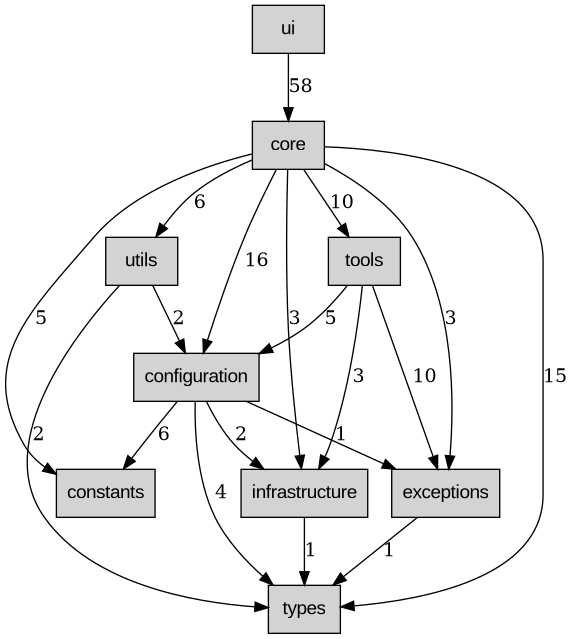
Earlier version of the Graphviz export docs/architecture/dependencies/DEPENDENCY_LAYERS.png (alchemiststudiosDOTai/tunacode). Its source is kept beside it as docs/architecture/dependencies/DEPENDENCY_LAYERS.dot.
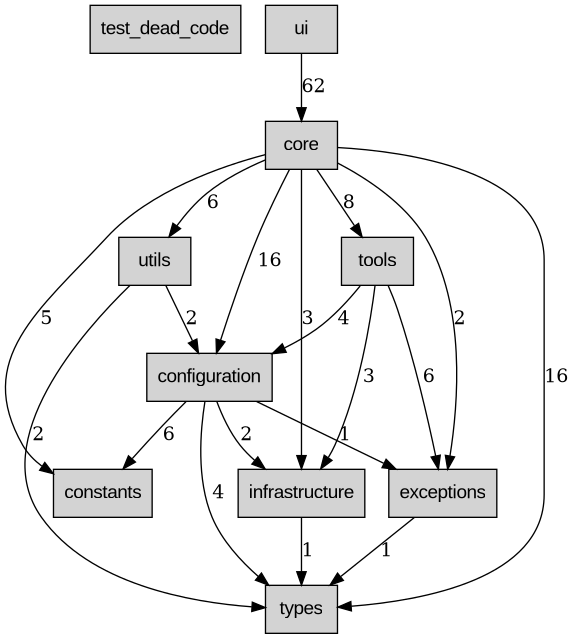
After the change.

Commit message:
chore: update dependency map [skip ci]

Diff of the diagram source:
```diff
@@ -2,6 +2,7 @@
   rankdir=TB;
   node [shape=box, style=filled, fontname=Arial];
 
+  test_dead_code [label="test_dead_code"];
   ui [label="ui"];
   core [label="core"];
   tools [label="tools"];
@@ -18,17 +19,17 @@
   configuration -> types [label="4"];
   core -> configuration [label="16"];
   core -> constants [label="5"];
-  core -> exceptions [label="3"];
+  core -> exceptions [label="2"];
   core -> infrastructure [label="3"];
-  core -> tools [label="10"];
-  core -> types [label="15"];
+  core -> tools [label="8"];
+  core -> types [label="16"];
   core -> utils [label="6"];
   exceptions -> types [label="1"];
   infrastructure -> types [label="1"];
-  tools -> configuration [label="5"];
-  tools -> exceptions [label="10"];
+  tools -> configuration [label="4"];
+  tools -> exceptions [label="6"];
   tools -> infrastructure [label="3"];
-  ui -> core [label="58"];
+  ui -> core [label="62"];
   utils -> configuration [label="2"];
   utils -> types [label="2"];
 }
```
